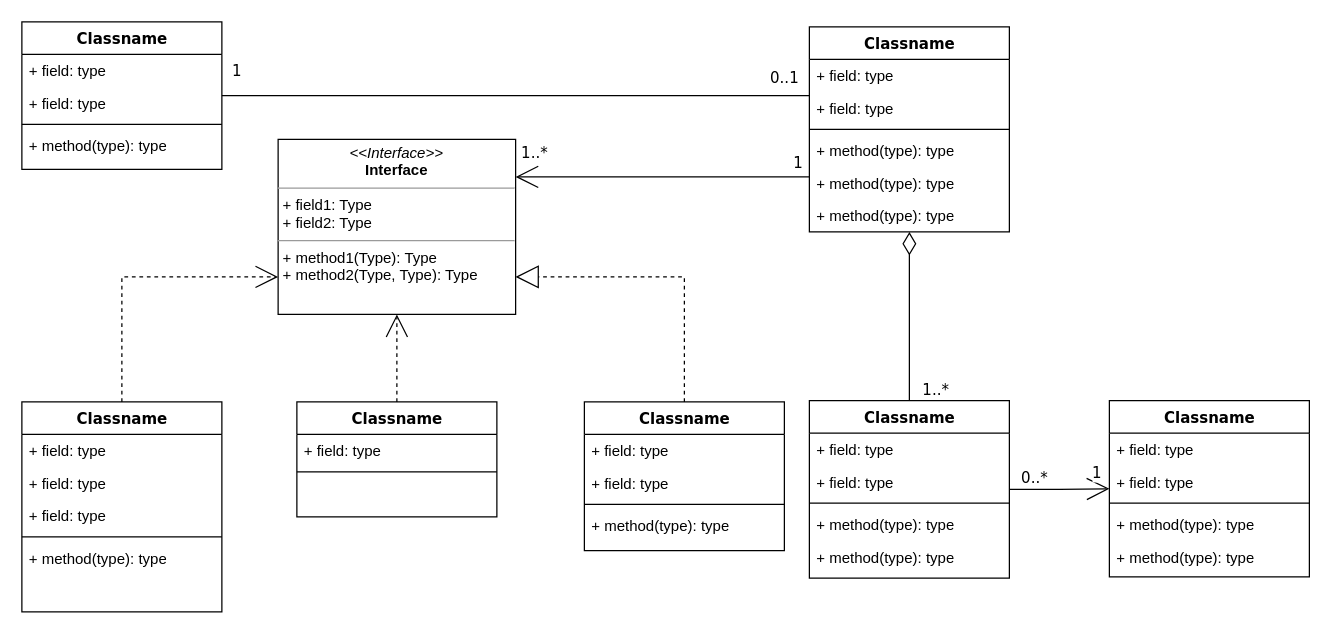
Before: Untitled Diagram.drawio in Tanusri99/Hailo_Detection, a draw.io diagram. Source tidied: cells renumbered, new cells numbered last; positions are measured from the earlier drawing's top-left corner, leaving out a move shared by most shapes. Both pictures are drawn from the tidied source at 125%, with x=0, y=0 at pixel (21, 21).
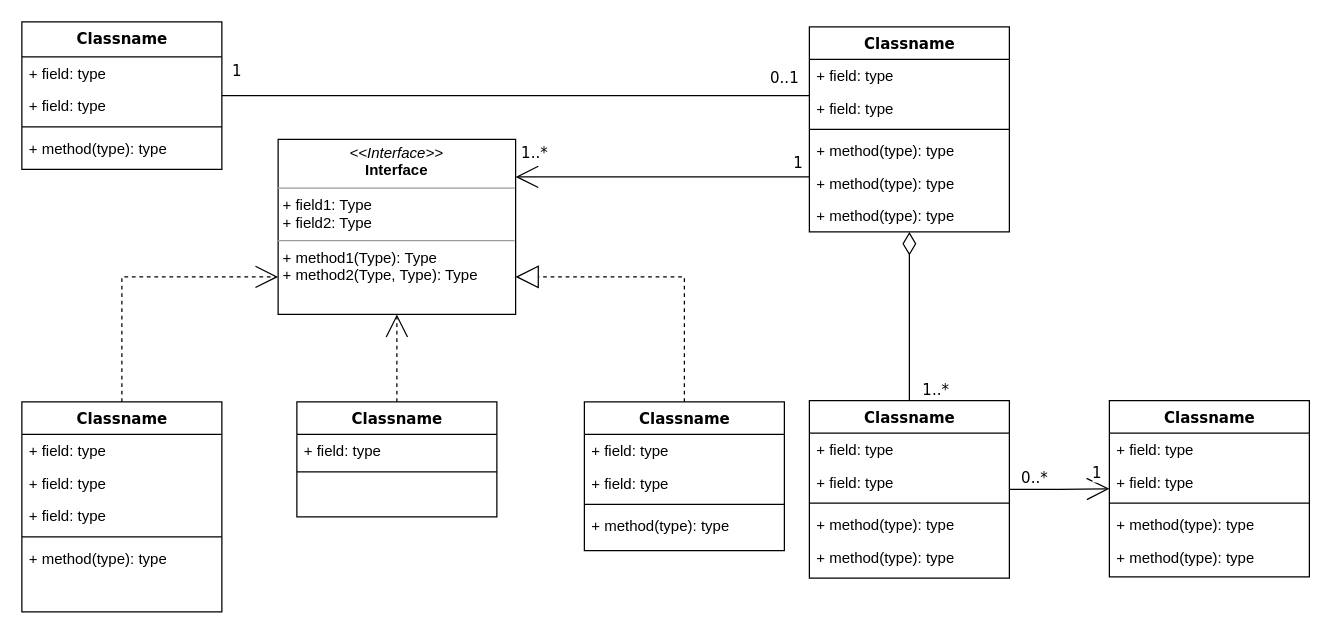
The same page after the edit.

Change to the diagram source:
```diff
@@
-    <mxCell id="9" value="Classname" style="swimlane;html=1;fontStyle=1;align=center;verticalAlign=top;horizontal=1;startSize=26;swimlaneFillColor=#ffffff;rounded=0;shadow=0;comic=0;labelBackgroundColor=none;strokeWidth=1;fillColor=none;fontFamily=Verdana;fontSize=12;" parent="1" vertex="1">
+    <mxCell id="9" value="Classname" style="swimlane;html=1;fontStyle=1;align=center;verticalAlign=top;horizontal=1;startSize=28;swimlaneFillColor=#ffffff;rounded=0;shadow=0;comic=0;labelBackgroundColor=none;strokeWidth=1;fillColor=none;fontFamily=Verdana;fontSize=12;" parent="1" vertex="1">
       <mxGeometry width="160" height="118" as="geometry" />
     </mxCell>
     <mxCell id="10" value="+ field: type" style="text;html=1;strokeColor=none;fillColor=none;align=left;verticalAlign=top;spacingLeft=4;spacingRight=4;whiteSpace=wrap;overflow=hidden;" parent="9" vertex="1">
-      <mxGeometry y="26" width="160" height="26" as="geometry" />
+      <mxGeometry y="28" width="160" height="26" as="geometry" />
     </mxCell>
     <mxCell id="11" value="+ field: type" style="text;html=1;strokeColor=none;fillColor=none;align=left;verticalAlign=top;spacingLeft=4;spacingRight=4;whiteSpace=wrap;overflow=hidden;" parent="9" vertex="1">
-      <mxGeometry y="52" width="160" height="26" as="geometry" />
+      <mxGeometry y="54" width="160" height="26" as="geometry" />
     </mxCell>
     <mxCell id="12" style="line;html=1;strokeWidth=1;fillColor=none;align=left;verticalAlign=middle;spacingTop=-1;spacingLeft=3;spacingRight=3;labelPosition=right;" parent="9" vertex="1">
-      <mxGeometry y="78" width="160" height="8" as="geometry" />
+      <mxGeometry y="80" width="160" height="8" as="geometry" />
     </mxCell>
     <mxCell id="13" value="+ method(type): type" style="text;html=1;strokeColor=none;fillColor=none;align=left;verticalAlign=top;spacingLeft=4;spacingRight=4;whiteSpace=wrap;overflow=hidden;" parent="9" vertex="1">
-      <mxGeometry y="86" width="160" height="26" as="geometry" />
+      <mxGeometry y="88" width="160" height="26" as="geometry" />
     </mxCell>
```
